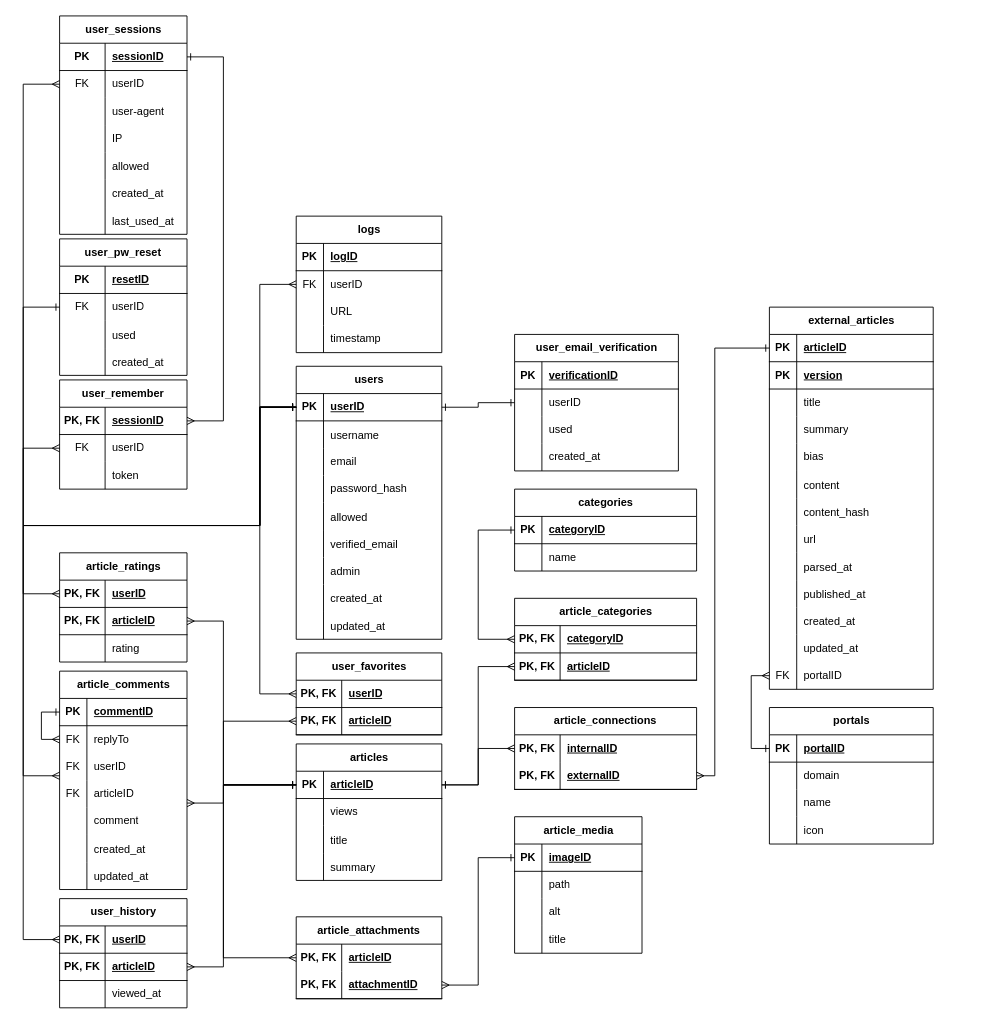
The draw.io diagram database.drawio in Hirfigyelo/backend, before the edit. Source tidied: cells renumbered, new cells numbered last; positions are measured from the earlier drawing's top-left corner, leaving out a move shared by most shapes. Both pictures are drawn from the tidied source at 91%, with x=0, y=0 at pixel (23, 15).
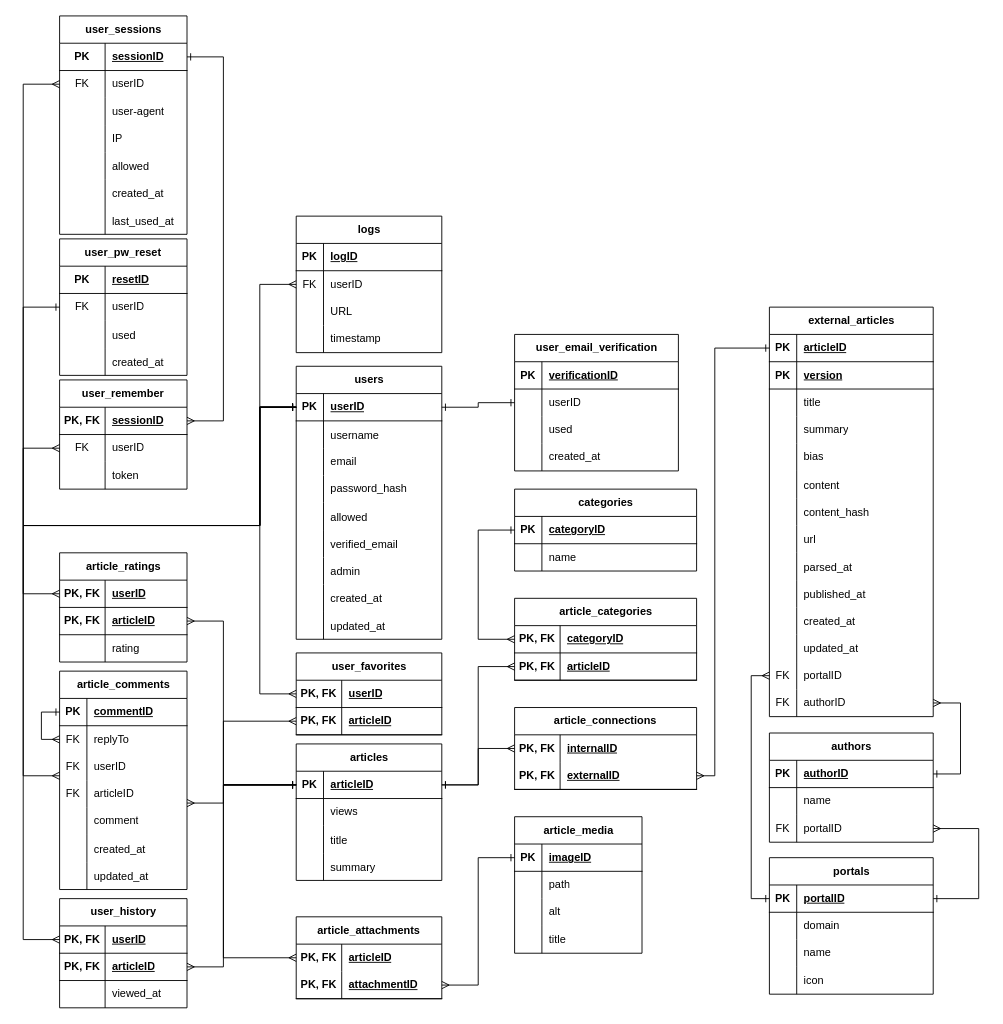
Above is the later version.

Commit message (it also covers changes not shown here):
Add author to schema

The change refers to these unchanged cells:
```xml
<mxCell id="117" style="shape=tableRow;horizontal=0;startSize=0;swimlaneHead=0;swimlaneBody=0;fillColor=none;points=[[0,0.5],[1,0.5]];portConstraint=eastwest;top=0;left=0;right=0;bottom=1;" parent="116" vertex="1">
  <mxGeometry y="30" width="180" height="30" as="geometry" />
</mxCell>
<mxCell id="276" style="shape=tableRow;horizontal=0;startSize=0;swimlaneHead=0;swimlaneBody=0;fillColor=none;points=[[0,0.5],[1,0.5]];portConstraint=eastwest;top=0;left=0;right=0;bottom=0;" parent="239" vertex="1">
  <mxGeometry y="390" width="180" height="30" as="geometry" />
</mxCell>
```

Diff of the diagram source:
```diff
@@
     <mxCell id="116" value="portals" style="shape=table;startSize=30;childLayout=tableLayout;rowLines=0;fontStyle=1;align=center;html=1;" parent="1" vertex="1">
-      <mxGeometry x="820" y="760" width="180" height="150" as="geometry" />
+      <mxGeometry x="820" y="925" width="180" height="150" as="geometry" />
     </mxCell>
@@
     <mxCell id="160" style="edgeStyle=orthogonalEdgeStyle;rounded=0;jettySize=auto;html=1;exitX=0;exitY=0.5;exitDx=0;exitDy=0;startArrow=ERmany;startFill=0;endArrow=ERone;endFill=0;" parent="1" edge="1" source="276" target="117">
       <mxGeometry relative="1" as="geometry">
         <Array as="points">
           <mxPoint x="800" y="725" />
-          <mxPoint x="800" y="805" />
+          <mxPoint x="800" y="970" />
         </Array>
       </mxGeometry>
     </mxCell>
@@
     <mxCell id="239" value="external_articles" style="shape=table;startSize=30;childLayout=tableLayout;rowLines=0;fontStyle=1;align=center;html=1;" parent="1" vertex="1">
-      <mxGeometry x="820" y="320" width="180" height="420" as="geometry" />
+      <mxGeometry x="820" y="320" width="180" height="450" as="geometry" />
     </mxCell>
@@
+    <mxCell id="279" style="shape=tableRow;horizontal=0;startSize=0;swimlaneHead=0;swimlaneBody=0;fillColor=none;points=[[0,0.5],[1,0.5]];portConstraint=eastwest;top=0;left=0;right=0;bottom=0;" parent="239" vertex="1">
+      <mxGeometry y="420" width="180" height="30" as="geometry" />
+    </mxCell>
+    <mxCell id="280" value="FK" style="shape=partialRectangle;fillColor=none;top=0;left=0;bottom=0;right=0;fontStyle=0;overflow=hidden;whiteSpace=wrap;html=1;" parent="279" vertex="1">
+      <mxGeometry width="30" height="30" as="geometry" />
+    </mxCell>
+    <mxCell id="281" value="authorID" style="shape=partialRectangle;fillColor=none;top=0;left=0;bottom=0;right=0;align=left;spacingLeft=6;fontStyle=0;overflow=hidden;whiteSpace=wrap;html=1;" parent="279" vertex="1">
+      <mxGeometry x="30" width="150" height="30" as="geometry" />
+    </mxCell>
+    <mxCell id="282" value="authors" style="shape=table;startSize=30;childLayout=tableLayout;rowLines=0;fontStyle=1;align=center;html=1;" parent="1" vertex="1">
+      <mxGeometry x="820" y="788" width="180" height="120" as="geometry" />
+    </mxCell>
+    <mxCell id="283" style="shape=tableRow;horizontal=0;startSize=0;swimlaneHead=0;swimlaneBody=0;fillColor=none;points=[[0,0.5],[1,0.5]];portConstraint=eastwest;top=0;left=0;right=0;bottom=1;" parent="282" vertex="1">
+      <mxGeometry y="30" width="180" height="30" as="geometry" />
+    </mxCell>
+    <mxCell id="284" value="PK" style="shape=partialRectangle;fillColor=none;top=0;left=0;bottom=0;right=0;fontStyle=1;overflow=hidden;whiteSpace=wrap;html=1;" parent="283" vertex="1">
+      <mxGeometry width="30" height="30" as="geometry" />
+    </mxCell>
+    <mxCell id="285" value="authorID" style="shape=partialRectangle;fillColor=none;top=0;left=0;bottom=0;right=0;align=left;spacingLeft=6;fontStyle=5;overflow=hidden;whiteSpace=wrap;html=1;" parent="283" vertex="1">
+      <mxGeometry x="30" width="150" height="30" as="geometry" />
+    </mxCell>
+    <mxCell id="286" style="shape=tableRow;horizontal=0;startSize=0;swimlaneHead=0;swimlaneBody=0;fillColor=none;top=0;left=0;right=0;bottom=0;" parent="282" vertex="1">
+      <mxGeometry y="60" width="180" height="30" as="geometry" />
+    </mxCell>
+    <mxCell id="287" style="shape=partialRectangle;fillColor=none;top=0;left=0;bottom=0;right=0;overflow=hidden;whiteSpace=wrap;html=1;" parent="286" vertex="1">
+      <mxGeometry width="30" height="30" as="geometry" />
+    </mxCell>
+    <mxCell id="288" value="name" style="shape=partialRectangle;fillColor=none;top=0;left=0;bottom=0;right=0;align=left;spacingLeft=6;overflow=hidden;whiteSpace=wrap;html=1;" parent="286" vertex="1">
+      <mxGeometry x="30" width="150" height="30" as="geometry" />
+    </mxCell>
+    <mxCell id="289" style="shape=tableRow;horizontal=0;startSize=0;swimlaneHead=0;swimlaneBody=0;fillColor=none;points=[[0,0.5],[1,0.5]];portConstraint=eastwest;top=0;left=0;right=0;bottom=0;" parent="282" vertex="1">
+      <mxGeometry y="90" width="180" height="30" as="geometry" />
+    </mxCell>
+    <mxCell id="290" value="FK" style="shape=partialRectangle;fillColor=none;top=0;left=0;bottom=0;right=0;fontStyle=0;overflow=hidden;whiteSpace=wrap;html=1;" parent="289" vertex="1">
+      <mxGeometry width="30" height="30" as="geometry" />
+    </mxCell>
+    <mxCell id="291" value="portalID" style="shape=partialRectangle;fillColor=none;top=0;left=0;bottom=0;right=0;align=left;spacingLeft=6;fontStyle=0;overflow=hidden;whiteSpace=wrap;html=1;" parent="289" vertex="1">
+      <mxGeometry x="30" width="150" height="30" as="geometry" />
+    </mxCell>
+    <mxCell id="292" style="edgeStyle=orthogonalEdgeStyle;rounded=0;jettySize=auto;html=1;endArrow=ERone;endFill=0;startArrow=ERmany;startFill=0;" parent="1" edge="1" source="279" target="283">
+      <mxGeometry relative="1" as="geometry">
+        <Array as="points">
+          <mxPoint x="1030" y="755" />
+          <mxPoint x="1030" y="833" />
+        </Array>
+      </mxGeometry>
+    </mxCell>
+    <mxCell id="293" style="edgeStyle=orthogonalEdgeStyle;rounded=0;jettySize=auto;html=1;startArrow=ERmany;startFill=0;endArrow=ERone;endFill=0;" parent="1" edge="1" source="289" target="117">
+      <mxGeometry relative="1" as="geometry">
+        <Array as="points">
+          <mxPoint x="1050" y="893" />
+          <mxPoint x="1050" y="970" />
+        </Array>
+      </mxGeometry>
+    </mxCell>
```
